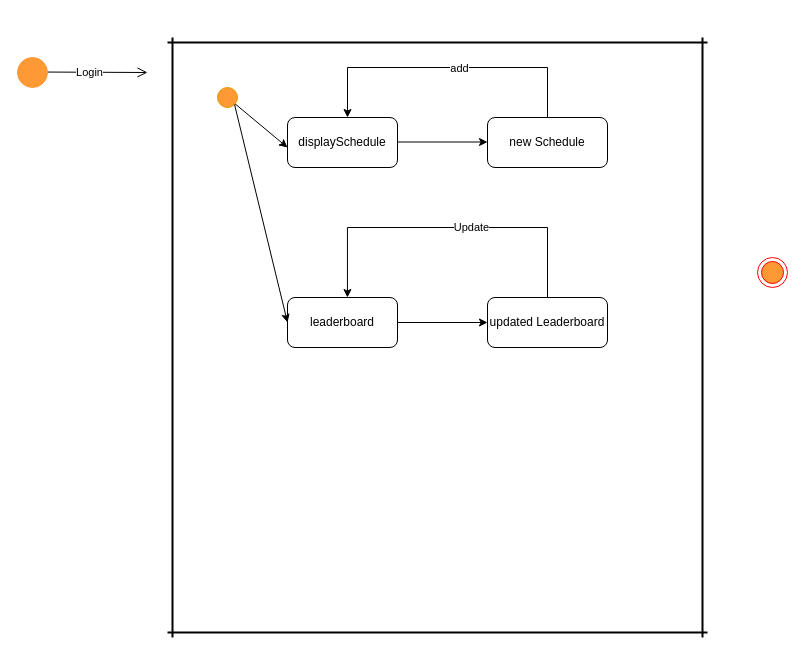
Earlier version of the draw.io diagram state.drawio (surya758/AmazonClone). Source tidied: cells renumbered, new cells numbered last; positions are measured from the earlier drawing's top-left corner, leaving out a move shared by most shapes. Both pictures are drawn from the tidied source at 100%, with x=0, y=0 at pixel (17, 37).
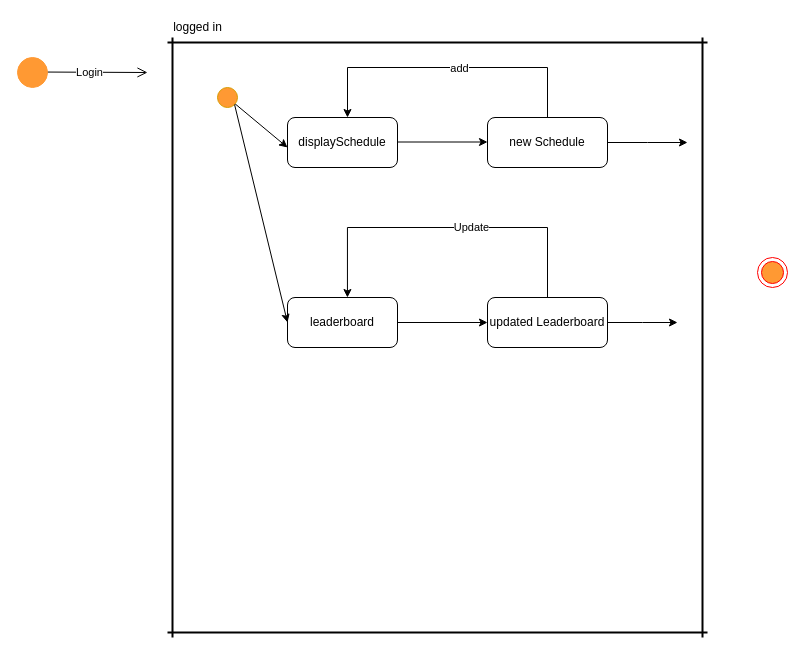
After the change.

The change refers to these unchanged cells:
```xml
<mxCell id="12" value="&lt;span style=&quot;white-space: pre&quot;&gt;new Schedule&lt;/span&gt;" style="rounded=1;whiteSpace=wrap;html=1;" parent="1" vertex="1">
  <mxGeometry x="470" y="80" width="120" height="50" as="geometry" />
</mxCell>
<mxCell id="15" value="&lt;span style=&quot;white-space: pre&quot;&gt;updated Leaderboard&lt;/span&gt;" style="rounded=1;whiteSpace=wrap;html=1;" parent="1" vertex="1">
  <mxGeometry x="470" y="260" width="120" height="50" as="geometry" />
</mxCell>
```

Diff of the diagram source:
```diff
@@
+    <mxCell id="23" style="edgeStyle=orthogonalEdgeStyle;rounded=0;jettySize=auto;html=1;" parent="1" edge="1" source="12">
+      <mxGeometry relative="1" as="geometry">
+        <mxPoint x="670" y="105" as="targetPoint" />
+      </mxGeometry>
+    </mxCell>
@@
+    <mxCell id="24" style="edgeStyle=orthogonalEdgeStyle;rounded=0;jettySize=auto;html=1;" parent="1" edge="1" source="15">
+      <mxGeometry relative="1" as="geometry">
+        <mxPoint x="660" y="285" as="targetPoint" />
+      </mxGeometry>
+    </mxCell>
@@
+    <mxCell id="25" value="logged in&lt;br&gt;" style="text;html=1;align=center;verticalAlign=middle;strokeColor=none;fillColor=none;" parent="1" vertex="1">
+      <mxGeometry x="150" y="-20" width="60" height="20" as="geometry" />
+    </mxCell>
```
